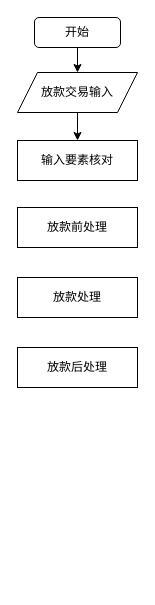
tangqingguo/fairyland keeps this draw.io diagram as Untitled Diagram.drawio. Above is the earlier version. Source tidied: cells renumbered, new cells numbered last; positions are measured from the earlier drawing's top-left corner, leaving out a move shared by most shapes. Both pictures are drawn from the tidied source at 100%, with x=0, y=0 at pixel (17, 17).
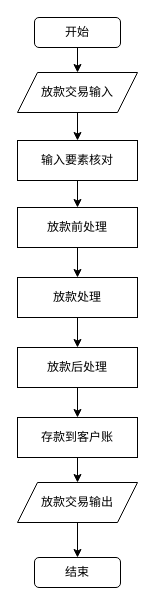
After the change.

Change to the diagram source:
```diff
@@
 <mxGraphModel>
   <root>
     <mxCell id="0" />
     <mxCell id="1" parent="0" />
     <mxCell id="2" style="edgeStyle=orthogonalEdgeStyle;rounded=0;jettySize=auto;html=1;exitX=0.5;exitY=1;exitDx=0;exitDy=0;" parent="1" edge="1" source="3" target="4">
       <mxGeometry relative="1" as="geometry" />
     </mxCell>
     <mxCell id="3" value="开始" style="rounded=1;whiteSpace=wrap;html=1;" parent="1" vertex="1">
       <mxGeometry x="17" width="86" height="30" as="geometry" />
     </mxCell>
     <mxCell id="4" value="放款交易输入" style="shape=parallelogram;perimeter=parallelogramPerimeter;whiteSpace=wrap;html=1;fixedSize=1;" parent="1" vertex="1">
       <mxGeometry y="55" width="120" height="40" as="geometry" />
     </mxCell>
     <mxCell id="5" value="输入要素核对" style="rounded=0;whiteSpace=wrap;html=1;" parent="1" vertex="1">
       <mxGeometry y="123" width="120" height="40" as="geometry" />
     </mxCell>
     <mxCell id="6" style="edgeStyle=orthogonalEdgeStyle;rounded=0;jettySize=auto;html=1;exitX=0.5;exitY=1;exitDx=0;exitDy=0;" parent="1" edge="1" source="4" target="5">
       <mxGeometry relative="1" as="geometry" />
     </mxCell>
     <mxCell id="7" value="放款前处理" style="rounded=0;whiteSpace=wrap;html=1;" parent="1" vertex="1">
       <mxGeometry y="190" width="120" height="40" as="geometry" />
     </mxCell>
     <mxCell id="8" value="放款处理" style="rounded=0;whiteSpace=wrap;html=1;" parent="1" vertex="1">
       <mxGeometry y="260" width="120" height="40" as="geometry" />
     </mxCell>
     <mxCell id="9" value="放款后处理" style="rounded=0;whiteSpace=wrap;html=1;" parent="1" vertex="1">
       <mxGeometry y="330" width="120" height="40" as="geometry" />
     </mxCell>
+    <mxCell id="10" style="edgeStyle=orthogonalEdgeStyle;rounded=0;jettySize=auto;html=1;exitX=0.5;exitY=1;exitDx=0;exitDy=0;entryX=0.5;entryY=0;entryDx=0;entryDy=0;" parent="1" edge="1" source="5" target="7">
+      <mxGeometry relative="1" as="geometry" />
+    </mxCell>
+    <mxCell id="11" style="edgeStyle=orthogonalEdgeStyle;rounded=0;jettySize=auto;html=1;exitX=0.5;exitY=1;exitDx=0;exitDy=0;" parent="1" edge="1" source="7" target="8">
+      <mxGeometry relative="1" as="geometry" />
+    </mxCell>
+    <mxCell id="12" style="edgeStyle=orthogonalEdgeStyle;rounded=0;jettySize=auto;html=1;exitX=0.5;exitY=1;exitDx=0;exitDy=0;" parent="1" edge="1" source="8" target="9">
+      <mxGeometry relative="1" as="geometry" />
+    </mxCell>
+    <mxCell id="13" value="存款到客户账" style="rounded=0;whiteSpace=wrap;html=1;" parent="1" vertex="1">
+      <mxGeometry y="400" width="120" height="40" as="geometry" />
+    </mxCell>
+    <mxCell id="14" style="edgeStyle=orthogonalEdgeStyle;rounded=0;jettySize=auto;html=1;entryX=0.5;entryY=0;entryDx=0;entryDy=0;" parent="1" edge="1" source="9" target="13">
+      <mxGeometry relative="1" as="geometry" />
+    </mxCell>
+    <mxCell id="15" value="放款交易输出" style="shape=parallelogram;perimeter=parallelogramPerimeter;whiteSpace=wrap;html=1;fixedSize=1;" parent="1" vertex="1">
+      <mxGeometry y="465" width="120" height="40" as="geometry" />
+    </mxCell>
+    <mxCell id="16" value="结束" style="rounded=1;whiteSpace=wrap;html=1;" parent="1" vertex="1">
+      <mxGeometry x="17" y="540" width="86" height="30" as="geometry" />
+    </mxCell>
+    <mxCell id="17" style="edgeStyle=orthogonalEdgeStyle;rounded=0;jettySize=auto;html=1;entryX=0.5;entryY=0;entryDx=0;entryDy=0;exitX=0.5;exitY=1;exitDx=0;exitDy=0;" parent="1" edge="1" source="13" target="15">
+      <mxGeometry relative="1" as="geometry" />
+    </mxCell>
+    <mxCell id="18" style="edgeStyle=orthogonalEdgeStyle;rounded=0;jettySize=auto;html=1;entryX=0.5;entryY=0;entryDx=0;entryDy=0;exitX=0.5;exitY=1;exitDx=0;exitDy=0;" parent="1" edge="1" source="15" target="16">
+      <mxGeometry relative="1" as="geometry" />
+    </mxCell>
   </root>
 </mxGraphModel>
```
